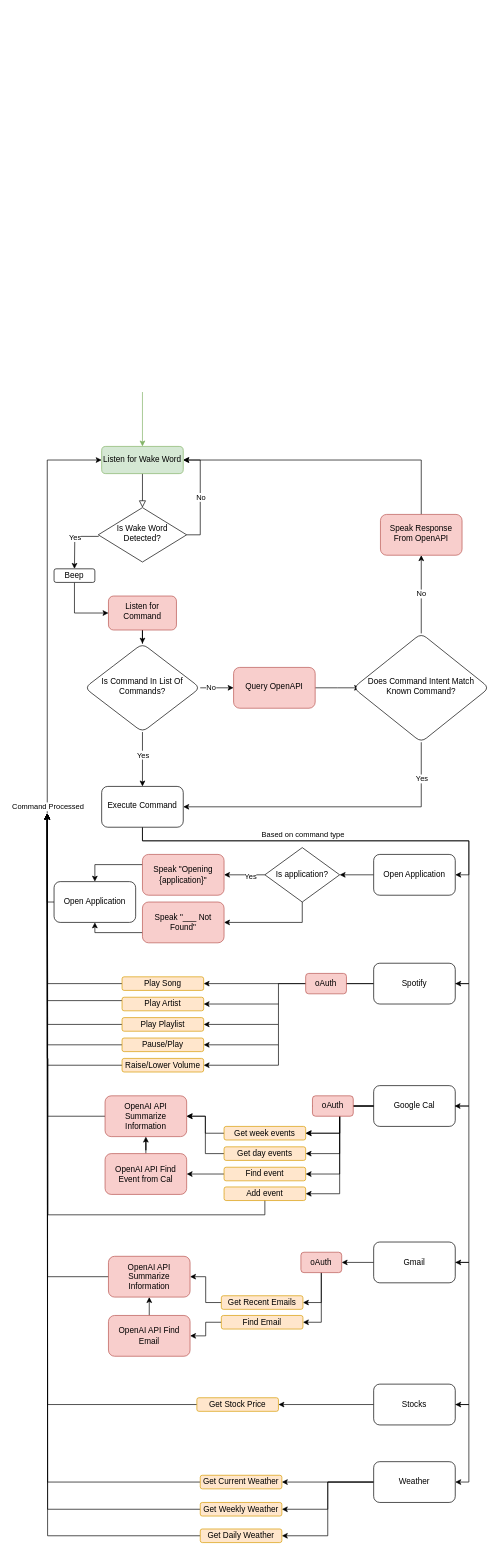
The draw.io diagram Logic_Diagram.drawio in mimcmahon20/Jarvis, before the edit. Source tidied: cells renumbered, new cells numbered last; positions are measured from the earlier drawing's top-left corner, leaving out a move shared by most shapes. Both pictures are drawn from the tidied source at 68%, with x=0, y=0 at pixel (47, 392).
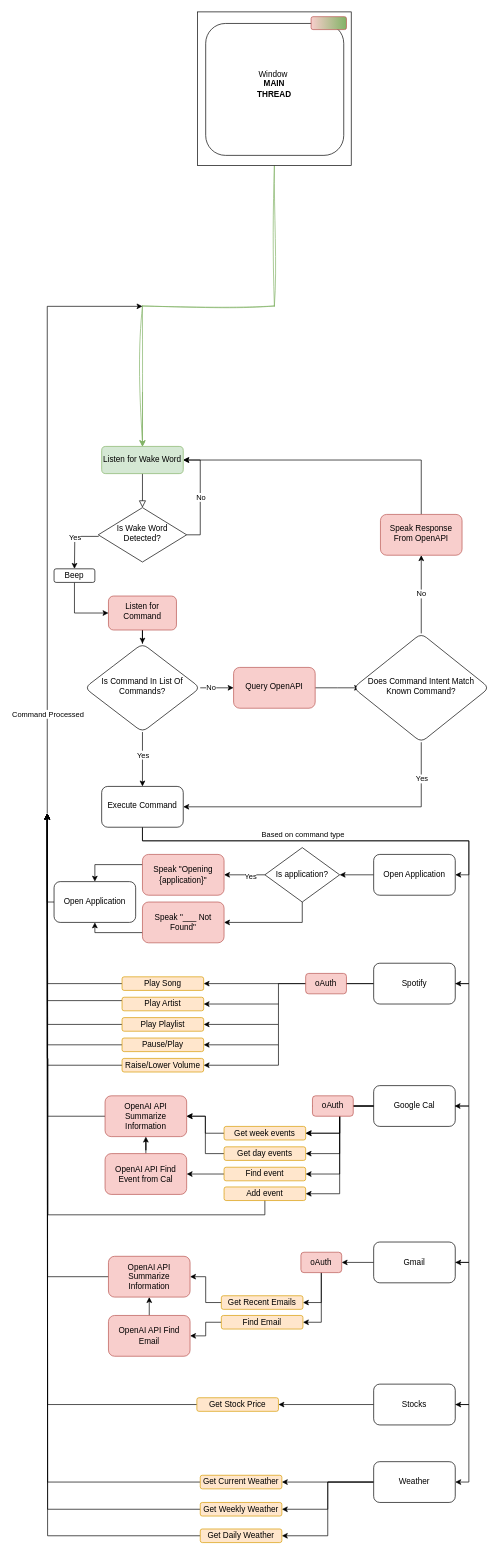
The same diagram, later.

The change refers to these unchanged cells:
```xml
<mxCell id="3" value="Listen for Wake Word" style="rounded=1;whiteSpace=wrap;html=1;fontSize=12;glass=0;strokeWidth=1;shadow=0;fillColor=#d5e8d4;strokeColor=#82b366;" parent="1" vertex="1">
  <mxGeometry x="80" y="80" width="120" height="40" as="geometry" />
</mxCell>
```

The edit, as a diff of the source:
```diff
@@
-    <mxCell id="16" style="edgeStyle=orthogonalEdgeStyle;rounded=0;jettySize=auto;html=1;entryX=0;entryY=0.5;entryDx=0;entryDy=0;" parent="1" edge="1" target="3">
+    <mxCell id="16" style="edgeStyle=orthogonalEdgeStyle;rounded=0;orthogonalLoop=1;jettySize=auto;html=1;" parent="1" edge="1">
       <mxGeometry relative="1" as="geometry">
         <mxPoint y="620" as="sourcePoint" />
+        <mxPoint x="140" y="-126" as="targetPoint" />
         <Array as="points">
-          <mxPoint y="100" />
+          <mxPoint y="-126" />
         </Array>
       </mxGeometry>
     </mxCell>
@@
+    <mxCell id="113" style="edgeStyle=orthogonalEdgeStyle;rounded=0;jettySize=auto;html=1;exitX=0.5;exitY=1;exitDx=0;exitDy=0;entryX=0.5;entryY=0;entryDx=0;entryDy=0;fillColor=#d5e8d4;strokeColor=#82B366;sketch=1;curveFitting=1;jiggle=2;" parent="1" edge="1" source="114" target="3">
+      <mxGeometry relative="1" as="geometry" />
+    </mxCell>
+    <mxCell id="114" style="whiteSpace=wrap;html=1;" parent="1" vertex="1">
+      <mxGeometry x="221" y="-559" width="226" height="226" as="geometry" />
+    </mxCell>
+    <mxCell id="115" style="rounded=1;whiteSpace=wrap;html=1;" parent="1" vertex="1">
+      <mxGeometry x="233" y="-542" width="203" height="194" as="geometry" />
+    </mxCell>
+    <mxCell id="116" value="Window&amp;nbsp;&lt;br style=&quot;border-color: var(--border-color);&quot;&gt;&lt;b style=&quot;border-color: var(--border-color);&quot;&gt;MAIN THREAD&lt;/b&gt;" style="text;html=1;strokeColor=none;fillColor=none;align=center;verticalAlign=middle;whiteSpace=wrap;rounded=0;" parent="1" vertex="1">
+      <mxGeometry x="304" y="-468" width="60" height="30" as="geometry" />
+    </mxCell>
+    <mxCell id="117" style="rounded=1;whiteSpace=wrap;html=1;fillColor=#f8cecc;strokeColor=#b85450;gradientDirection=east;gradientColor=#82B366;" parent="1" vertex="1">
+      <mxGeometry x="388" y="-552" width="52" height="19" as="geometry" />
+    </mxCell>
```
